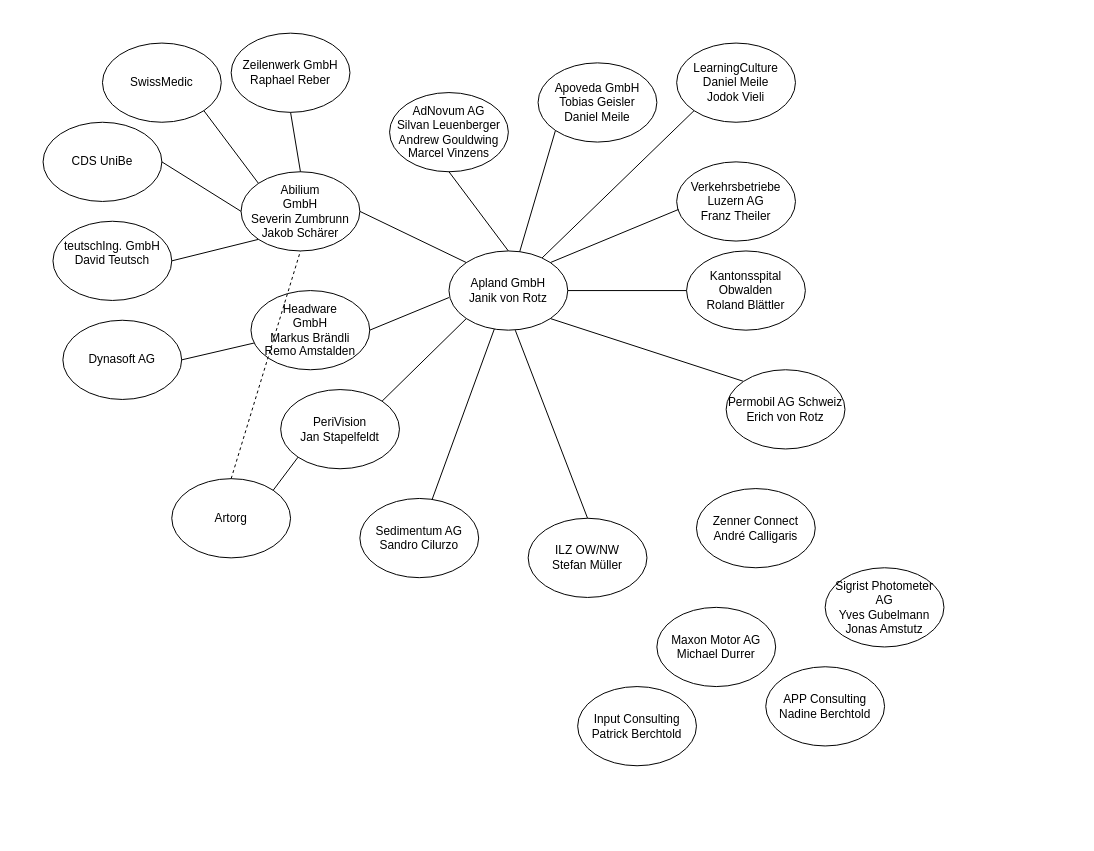
Above: network.drawio in szumbrunn/network (draw.io), before the change. Source tidied: cells renumbered, new cells numbered last; positions are measured from the earlier drawing's top-left corner, leaving out a move shared by most shapes. Both pictures are drawn from the tidied source at 99%, with x=0, y=0 at pixel (43, 33).
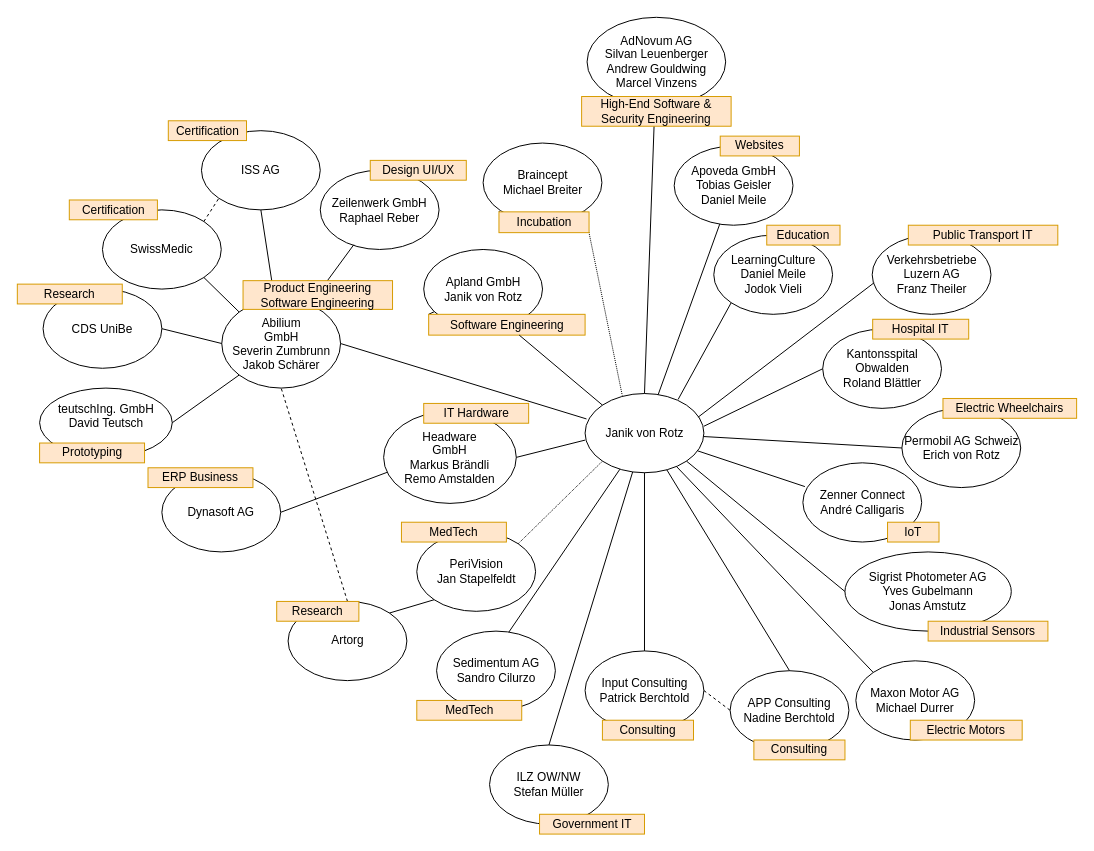
The same diagram, later.

Change to the diagram source:
```diff
@@
+    <mxCell id="44" style="endArrow=none;html=1;exitX=1;exitY=1;exitDx=0;exitDy=0;entryX=0.313;entryY=0.025;entryDx=0;entryDy=0;dashed=1;dashPattern=1 1;entryPerimeter=0;" parent="1" edge="1" source="84" target="2">
+      <mxGeometry relative="1" as="geometry" />
+    </mxCell>
+    <mxCell id="45" style="endArrow=none;html=1;exitX=0;exitY=0;exitDx=0;exitDy=0;" parent="1" edge="1" source="81" target="76">
+      <mxGeometry relative="1" as="geometry" />
+    </mxCell>
+    <mxCell id="43" style="endArrow=none;dashed=1;html=1;exitX=0.5;exitY=0;exitDx=0;exitDy=0;entryX=0.5;entryY=1;entryDx=0;entryDy=0;" parent="1" edge="1" source="28" target="3">
+      <mxGeometry relative="1" as="geometry" />
+    </mxCell>
-    <mxCell id="2" value="&lt;div&gt;Apland GmbH&lt;br&gt;&lt;/div&gt;&lt;div&gt;Janik von Rotz&lt;/div&gt;" style="ellipse;whiteSpace=wrap;html=1;" parent="1" vertex="1">
-      <mxGeometry x="410" y="220" width="120" height="80" as="geometry" />
+    <mxCell id="2" value="&lt;div&gt;Janik von Rotz&lt;/div&gt;" style="ellipse;whiteSpace=wrap;html=1;" parent="1" vertex="1">
+      <mxGeometry x="547.5" y="364" width="120" height="80" as="geometry" />
     </mxCell>
     <mxCell id="3" value="&lt;div&gt;Abilium&lt;/div&gt;&lt;div&gt;GmbH&lt;/div&gt;&lt;div&gt;Severin Zumbrunn&lt;br&gt;Jakob Schärer&lt;br&gt;&lt;/div&gt;" style="ellipse;whiteSpace=wrap;html=1;" parent="1" vertex="1">
-      <mxGeometry x="200" y="140" width="120" height="80" as="geometry" />
+      <mxGeometry x="180.5" y="268.5" width="120" height="90" as="geometry" />
     </mxCell>
-    <mxCell id="4" style="endArrow=none;html=1;entryX=0;entryY=0;entryDx=0;entryDy=0;exitX=1;exitY=0.5;exitDx=0;exitDy=0;" parent="1" edge="1" source="3" target="2">
+    <mxCell id="4" style="endArrow=none;html=1;entryX=0.012;entryY=0.321;entryDx=0;entryDy=0;exitX=1;exitY=0.5;exitDx=0;exitDy=0;entryPerimeter=0;" parent="1" edge="1" source="3" target="2">
       <mxGeometry relative="1" as="geometry" />
     </mxCell>
-    <mxCell id="5" style="edgeStyle=orthogonalEdgeStyle;rounded=0;orthogonalLoop=1;jettySize=auto;html=1;exitX=0.5;exitY=1;exitDx=0;exitDy=0;" parent="1" edge="1" source="3" target="3">
-      <mxGeometry relative="1" as="geometry" />
-    </mxCell>
     <mxCell id="6" value="Headware&lt;br&gt;GmbH&lt;br&gt;Markus Brändli&lt;br&gt;Remo Amstalden" style="ellipse;whiteSpace=wrap;html=1;" parent="1" vertex="1">
-      <mxGeometry x="210" y="260" width="120" height="80" as="geometry" />
+      <mxGeometry x="344" y="382" width="134" height="93" as="geometry" />
     </mxCell>
-    <mxCell id="7" value="Dynasoft AG" style="ellipse;whiteSpace=wrap;html=1;" parent="1" vertex="1">
-      <mxGeometry x="20" y="290" width="120" height="80" as="geometry" />
-    </mxCell>
@@
     <mxCell id="10" value="CDS UniBe" style="ellipse;whiteSpace=wrap;html=1;" parent="1" vertex="1">
-      <mxGeometry y="90" width="120" height="80" as="geometry" />
+      <mxGeometry y="258.5" width="120" height="80" as="geometry" />
     </mxCell>
@@
-    <mxCell id="12" style="endArrow=none;html=1;entryX=1;entryY=1;entryDx=0;entryDy=0;exitX=0;exitY=0;exitDx=0;exitDy=0;" parent="1" edge="1" source="13" target="2">
+    <mxCell id="12" style="endArrow=none;html=1;exitX=0;exitY=0.5;exitDx=0;exitDy=0;" parent="1" edge="1" source="13" target="2">
       <mxGeometry relative="1" as="geometry" />
     </mxCell>
     <mxCell id="13" value="&lt;div&gt;Permobil AG Schweiz&lt;/div&gt;&lt;div&gt;Erich von Rotz&lt;br&gt;&lt;/div&gt;" style="ellipse;whiteSpace=wrap;html=1;" parent="1" vertex="1">
-      <mxGeometry x="690" y="340" width="120" height="80" as="geometry" />
+      <mxGeometry x="867.5" y="379" width="120" height="80" as="geometry" />
     </mxCell>
     <mxCell id="14" value="&lt;div&gt;Verkehrsbetriebe Luzern AG&lt;/div&gt;&lt;div&gt;Franz Theiler&lt;br&gt;&lt;/div&gt;" style="ellipse;whiteSpace=wrap;html=1;" parent="1" vertex="1">
-      <mxGeometry x="640" y="130" width="120" height="80" as="geometry" />
+      <mxGeometry x="837.5" y="204" width="120" height="80" as="geometry" />
     </mxCell>
-    <mxCell id="15" style="endArrow=none;html=1;exitX=1;exitY=0;exitDx=0;exitDy=0;entryX=0.017;entryY=0.6;entryDx=0;entryDy=0;entryPerimeter=0;" parent="1" edge="1" source="2" target="14">
+    <mxCell id="15" style="endArrow=none;html=1;exitX=0.95;exitY=0.3;exitDx=0;exitDy=0;entryX=0.017;entryY=0.6;entryDx=0;entryDy=0;entryPerimeter=0;exitPerimeter=0;" parent="1" edge="1" source="2" target="14">
       <mxGeometry relative="1" as="geometry" />
     </mxCell>
-    <mxCell id="16" value="&lt;div&gt;AdNovum AG&lt;/div&gt;&lt;div&gt;Silvan Leuenberger&lt;/div&gt;&lt;div&gt;Andrew Gouldwing&lt;/div&gt;&lt;div&gt;Marcel Vinzens&lt;br&gt;&lt;/div&gt;" style="ellipse;whiteSpace=wrap;html=1;" parent="1" vertex="1">
-      <mxGeometry x="350" y="60" width="120" height="80" as="geometry" />
-    </mxCell>
-    <mxCell id="17" style="endArrow=none;html=1;entryX=0.5;entryY=1;entryDx=0;entryDy=0;exitX=0.5;exitY=0;exitDx=0;exitDy=0;" parent="1" edge="1" source="2" target="16">
+    <mxCell id="17" style="endArrow=none;html=1;exitX=0.5;exitY=0;exitDx=0;exitDy=0;" parent="1" edge="1" source="2" target="16">
       <mxGeometry relative="1" as="geometry" />
     </mxCell>
     <mxCell id="18" value="&lt;div&gt;Kantonsspital Obwalden&lt;/div&gt;&lt;div&gt;Roland Blättler&lt;br&gt;&lt;/div&gt;" style="ellipse;whiteSpace=wrap;html=1;" parent="1" vertex="1">
-      <mxGeometry x="650" y="220" width="120" height="80" as="geometry" />
+      <mxGeometry x="787.5" y="299" width="120" height="80" as="geometry" />
     </mxCell>
-    <mxCell id="19" style="endArrow=none;html=1;exitX=1;exitY=0.5;exitDx=0;exitDy=0;entryX=0;entryY=0.5;entryDx=0;entryDy=0;" parent="1" edge="1" source="2" target="18">
+    <mxCell id="19" style="endArrow=none;html=1;exitX=1;exitY=0.413;exitDx=0;exitDy=0;entryX=0;entryY=0.5;entryDx=0;entryDy=0;exitPerimeter=0;" parent="1" edge="1" source="2" target="18">
       <mxGeometry relative="1" as="geometry" />
     </mxCell>
     <mxCell id="20" value="&lt;div&gt;ILZ OW/NW&lt;/div&gt;&lt;div&gt;Stefan Müller&lt;br&gt;&lt;/div&gt;" style="ellipse;whiteSpace=wrap;html=1;" parent="1" vertex="1">
-      <mxGeometry x="490" y="490" width="120" height="80" as="geometry" />
+      <mxGeometry x="451" y="719" width="120" height="80" as="geometry" />
     </mxCell>
-    <mxCell id="21" style="endArrow=none;html=1;entryX=0.558;entryY=1;entryDx=0;entryDy=0;entryPerimeter=0;exitX=0.5;exitY=0;exitDx=0;exitDy=0;" parent="1" edge="1" source="20" target="2">
+    <mxCell id="21" style="endArrow=none;html=1;exitX=0.5;exitY=0;exitDx=0;exitDy=0;" parent="1" edge="1" source="20" target="2">
       <mxGeometry relative="1" as="geometry" />
     </mxCell>
     <mxCell id="22" value="&lt;div&gt;Apoveda GmbH&lt;/div&gt;&lt;div&gt;Tobias Geisler&lt;/div&gt;&lt;div&gt;Daniel Meile&lt;br&gt;&lt;/div&gt;" style="ellipse;whiteSpace=wrap;html=1;" parent="1" vertex="1">
-      <mxGeometry x="500" y="30" width="120" height="80" as="geometry" />
+      <mxGeometry x="637.5" y="114" width="120" height="80" as="geometry" />
     </mxCell>
-    <mxCell id="23" style="endArrow=none;html=1;entryX=0;entryY=1;entryDx=0;entryDy=0;" parent="1" edge="1" source="2" target="22">
+    <mxCell id="23" style="endArrow=none;html=1;" parent="1" edge="1" source="2" target="22">
       <mxGeometry relative="1" as="geometry" />
     </mxCell>
     <mxCell id="24" value="&lt;div&gt;Sedimentum AG&lt;/div&gt;&lt;div&gt;Sandro Cilurzo&lt;br&gt;&lt;/div&gt;" style="ellipse;whiteSpace=wrap;html=1;" parent="1" vertex="1">
-      <mxGeometry x="320" y="470" width="120" height="80" as="geometry" />
+      <mxGeometry x="397.5" y="604" width="120" height="80" as="geometry" />
     </mxCell>
@@
     <mxCell id="26" value="&lt;div&gt;PeriVision&lt;/div&gt;&lt;div&gt;Jan Stapelfeldt&lt;br&gt;&lt;/div&gt;" style="ellipse;whiteSpace=wrap;html=1;" parent="1" vertex="1">
-      <mxGeometry x="240" y="360" width="120" height="80" as="geometry" />
+      <mxGeometry x="377.5" y="504" width="120" height="80" as="geometry" />
     </mxCell>
-    <mxCell id="27" style="endArrow=none;html=1;exitX=1;exitY=0;exitDx=0;exitDy=0;entryX=0;entryY=1;entryDx=0;entryDy=0;" parent="1" edge="1" source="26" target="2">
+    <mxCell id="27" style="endArrow=none;html=1;exitX=1;exitY=0;exitDx=0;exitDy=0;entryX=0;entryY=1;entryDx=0;entryDy=0;dashed=1;dashPattern=1 1;" parent="1" edge="1" source="26" target="2">
       <mxGeometry relative="1" as="geometry" />
     </mxCell>
     <mxCell id="28" value="Artorg" style="ellipse;whiteSpace=wrap;html=1;" parent="1" vertex="1">
-      <mxGeometry x="130" y="450" width="120" height="80" as="geometry" />
+      <mxGeometry x="247.5" y="574" width="120" height="80" as="geometry" />
     </mxCell>
@@
     <mxCell id="30" value="SwissMedic" style="ellipse;whiteSpace=wrap;html=1;" parent="1" vertex="1">
-      <mxGeometry x="60" y="10" width="120" height="80" as="geometry" />
+      <mxGeometry x="60" y="178.5" width="120" height="80" as="geometry" />
     </mxCell>
@@
     <mxCell id="32" value="&lt;div&gt;Zeilenwerk GmbH&lt;/div&gt;&lt;div&gt;Raphael Reber&lt;br&gt;&lt;/div&gt;" style="ellipse;whiteSpace=wrap;html=1;" parent="1" vertex="1">
-      <mxGeometry x="190" width="120" height="80" as="geometry" />
+      <mxGeometry x="280" y="138.5" width="120" height="80" as="geometry" />
     </mxCell>
-    <mxCell id="33" style="endArrow=none;html=1;entryX=0.5;entryY=1;entryDx=0;entryDy=0;exitX=0.5;exitY=0;exitDx=0;exitDy=0;" parent="1" edge="1" source="3" target="32">
+    <mxCell id="33" style="endArrow=none;html=1;entryX=0.282;entryY=0.94;entryDx=0;entryDy=0;entryPerimeter=0;" parent="1" edge="1" source="3" target="32">
       <mxGeometry relative="1" as="geometry" />
     </mxCell>
     <mxCell id="34" value="&lt;div&gt;teutschIng. GmbH&lt;/div&gt;&lt;div&gt;David Teutsch&lt;br&gt;&lt;br/&gt;    &lt;/div&gt;" style="ellipse;whiteSpace=wrap;html=1;" parent="1" vertex="1">
-      <mxGeometry x="10" y="190" width="120" height="80" as="geometry" />
+      <mxGeometry x="-3.5" y="358.5" width="134" height="70" as="geometry" />
     </mxCell>
@@
     <mxCell id="36" value="Zenner Connect&lt;br&gt;André Calligaris" style="ellipse;whiteSpace=wrap;html=1;" parent="1" vertex="1">
-      <mxGeometry x="660" y="460" width="120" height="80" as="geometry" />
+      <mxGeometry x="767.5" y="434" width="120" height="80" as="geometry" />
     </mxCell>
     <mxCell id="37" value="&lt;div&gt;LearningCulture&lt;br&gt;&lt;/div&gt;&lt;div&gt;Daniel Meile&lt;/div&gt;&lt;div&gt;Jodok Vieli&lt;br&gt;&lt;/div&gt;" style="ellipse;whiteSpace=wrap;html=1;" parent="1" vertex="1">
-      <mxGeometry x="640" y="10" width="120" height="80" as="geometry" />
+      <mxGeometry x="677.5" y="204" width="120" height="80" as="geometry" />
     </mxCell>
-    <mxCell id="38" style="endArrow=none;html=1;entryX=0;entryY=1;entryDx=0;entryDy=0;" parent="1" edge="1" source="2" target="37">
+    <mxCell id="38" style="endArrow=none;html=1;entryX=0;entryY=1;entryDx=0;entryDy=0;exitX=0.783;exitY=0.075;exitDx=0;exitDy=0;exitPerimeter=0;" parent="1" edge="1" source="2" target="37">
       <mxGeometry relative="1" as="geometry" />
     </mxCell>
     <mxCell id="39" value="&lt;div&gt;Maxon Motor AG&lt;/div&gt;&lt;div&gt;Michael Durrer&lt;br&gt;&lt;/div&gt;" style="ellipse;whiteSpace=wrap;html=1;" parent="1" vertex="1">
-      <mxGeometry x="620" y="580" width="120" height="80" as="geometry" />
+      <mxGeometry x="821" y="634" width="120" height="80" as="geometry" />
     </mxCell>
     <mxCell id="40" value="&lt;div&gt;Sigrist Photometer AG&lt;/div&gt;&lt;div&gt;Yves Gubelmann&lt;/div&gt;&lt;div&gt;Jonas Amstutz&lt;br&gt;&lt;/div&gt;" style="ellipse;whiteSpace=wrap;html=1;" parent="1" vertex="1">
-      <mxGeometry x="790" y="540" width="120" height="80" as="geometry" />
+      <mxGeometry x="810" y="524" width="168" height="80" as="geometry" />
     </mxCell>
     <mxCell id="41" value="&lt;div&gt;APP Consulting&lt;br&gt;&lt;/div&gt;&lt;div&gt;Nadine Berchtold&lt;br&gt;&lt;/div&gt;" style="ellipse;whiteSpace=wrap;html=1;" parent="1" vertex="1">
-      <mxGeometry x="730" y="640" width="120" height="80" as="geometry" />
+      <mxGeometry x="694" y="644" width="120" height="80" as="geometry" />
     </mxCell>
     <mxCell id="42" value="&lt;div&gt;Input Consulting&lt;/div&gt;&lt;div&gt;Patrick Berchtold&lt;br&gt;&lt;/div&gt;" style="ellipse;whiteSpace=wrap;html=1;" parent="1" vertex="1">
-      <mxGeometry x="540" y="660" width="120" height="80" as="geometry" />
+      <mxGeometry x="547.5" y="624" width="120" height="80" as="geometry" />
     </mxCell>
-    <mxCell id="43" style="endArrow=none;dashed=1;html=1;exitX=0.5;exitY=0;exitDx=0;exitDy=0;entryX=0.5;entryY=1;entryDx=0;entryDy=0;" parent="1" edge="1" source="28" target="3">
-      <mxGeometry relative="1" as="geometry" />
-    </mxCell>
+    <mxCell id="46" value="ISS AG" style="ellipse;whiteSpace=wrap;html=1;" parent="1" vertex="1">
+      <mxGeometry x="160" y="98.5" width="120" height="80" as="geometry" />
+    </mxCell>
+    <mxCell id="47" style="endArrow=none;html=1;entryX=0.5;entryY=1;entryDx=0;entryDy=0;" parent="1" edge="1" source="3" target="46">
+      <mxGeometry relative="1" as="geometry" />
+    </mxCell>
+    <mxCell id="48" style="endArrow=none;dashed=1;html=1;exitX=1;exitY=0;exitDx=0;exitDy=0;entryX=0;entryY=1;entryDx=0;entryDy=0;" parent="1" edge="1" source="30" target="46">
+      <mxGeometry relative="1" as="geometry" />
+    </mxCell>
+    <mxCell id="49" style="endArrow=none;html=1;entryX=0.017;entryY=0.3;entryDx=0;entryDy=0;entryPerimeter=0;" parent="1" edge="1" source="2" target="36">
+      <mxGeometry relative="1" as="geometry" />
+    </mxCell>
+    <mxCell id="50" style="endArrow=none;html=1;entryX=0;entryY=0.5;entryDx=0;entryDy=0;exitX=1;exitY=1;exitDx=0;exitDy=0;" parent="1" edge="1" source="2" target="40">
+      <mxGeometry relative="1" as="geometry" />
+    </mxCell>
+    <mxCell id="51" style="endArrow=none;dashed=1;html=1;exitX=1;exitY=0.5;exitDx=0;exitDy=0;entryX=0;entryY=0.5;entryDx=0;entryDy=0;" parent="1" edge="1" source="42" target="41">
+      <mxGeometry relative="1" as="geometry" />
+    </mxCell>
+    <mxCell id="52" style="endArrow=none;html=1;entryX=0.5;entryY=1;entryDx=0;entryDy=0;exitX=0.5;exitY=0;exitDx=0;exitDy=0;" parent="1" edge="1" source="42" target="2">
+      <mxGeometry relative="1" as="geometry" />
+    </mxCell>
+    <mxCell id="53" style="endArrow=none;html=1;exitX=0.5;exitY=0;exitDx=0;exitDy=0;" parent="1" edge="1" source="41" target="2">
+      <mxGeometry relative="1" as="geometry" />
+    </mxCell>
+    <mxCell id="54" style="endArrow=none;html=1;exitX=0;exitY=0;exitDx=0;exitDy=0;" parent="1" edge="1" source="39" target="2">
+      <mxGeometry relative="1" as="geometry" />
+    </mxCell>
+    <mxCell id="55" value="Certification" style="text;html=1;strokeColor=#d79b00;fillColor=#ffe6cc;align=center;verticalAlign=middle;whiteSpace=wrap;rounded=0;" parent="1" vertex="1">
+      <mxGeometry x="126.5" y="88.5" width="79" height="20" as="geometry" />
+    </mxCell>
+    <mxCell id="56" value="Certification" style="text;html=1;strokeColor=#d79b00;fillColor=#ffe6cc;align=center;verticalAlign=middle;whiteSpace=wrap;rounded=0;" parent="1" vertex="1">
+      <mxGeometry x="26.5" y="168.5" width="89" height="20" as="geometry" />
+    </mxCell>
+    <mxCell id="57" value="Design UI/UX" style="text;html=1;strokeColor=#d79b00;fillColor=#ffe6cc;align=center;verticalAlign=middle;whiteSpace=wrap;rounded=0;" parent="1" vertex="1">
+      <mxGeometry x="330.5" y="128.5" width="97" height="20" as="geometry" />
+    </mxCell>
+    <mxCell id="58" value="Education" style="text;html=1;strokeColor=#d79b00;fillColor=#ffe6cc;align=center;verticalAlign=middle;whiteSpace=wrap;rounded=0;" parent="1" vertex="1">
+      <mxGeometry x="731" y="194" width="74" height="20" as="geometry" />
+    </mxCell>
+    <mxCell id="59" value="Websites" style="text;html=1;strokeColor=#d79b00;fillColor=#ffe6cc;align=center;verticalAlign=middle;whiteSpace=wrap;rounded=0;" parent="1" vertex="1">
+      <mxGeometry x="684" y="104" width="80" height="20" as="geometry" />
+    </mxCell>
+    <mxCell id="60" value="Public Transport IT" style="text;html=1;strokeColor=#d79b00;fillColor=#ffe6cc;align=center;verticalAlign=middle;whiteSpace=wrap;rounded=0;" parent="1" vertex="1">
+      <mxGeometry x="874" y="194" width="151" height="20" as="geometry" />
+    </mxCell>
+    <mxCell id="61" value="Hospital IT" style="text;html=1;strokeColor=#d79b00;fillColor=#ffe6cc;align=center;verticalAlign=middle;whiteSpace=wrap;rounded=0;" parent="1" vertex="1">
+      <mxGeometry x="838" y="289" width="97" height="20" as="geometry" />
+    </mxCell>
+    <mxCell id="62" value="Electric Wheelchairs" style="text;html=1;strokeColor=#d79b00;fillColor=#ffe6cc;align=center;verticalAlign=middle;whiteSpace=wrap;rounded=0;" parent="1" vertex="1">
+      <mxGeometry x="909" y="369" width="135" height="20" as="geometry" />
+    </mxCell>
+    <mxCell id="63" value="IoT" style="text;html=1;strokeColor=#d79b00;fillColor=#ffe6cc;align=center;verticalAlign=middle;whiteSpace=wrap;rounded=0;" parent="1" vertex="1">
+      <mxGeometry x="853" y="494" width="52" height="20" as="geometry" />
+    </mxCell>
+    <mxCell id="64" value="Industrial Sensors" style="text;html=1;strokeColor=#d79b00;fillColor=#ffe6cc;align=center;verticalAlign=middle;whiteSpace=wrap;rounded=0;" parent="1" vertex="1">
+      <mxGeometry x="894" y="594" width="121" height="20" as="geometry" />
+    </mxCell>
+    <mxCell id="65" value="Electric Motors" style="text;html=1;strokeColor=#d79b00;fillColor=#ffe6cc;align=center;verticalAlign=middle;whiteSpace=wrap;rounded=0;" parent="1" vertex="1">
+      <mxGeometry x="876" y="694" width="113" height="20" as="geometry" />
+    </mxCell>
+    <mxCell id="66" value="Consulting" style="text;html=1;strokeColor=#d79b00;fillColor=#ffe6cc;align=center;verticalAlign=middle;whiteSpace=wrap;rounded=0;" parent="1" vertex="1">
+      <mxGeometry x="718" y="714" width="92" height="20" as="geometry" />
+    </mxCell>
+    <mxCell id="67" value="Consulting" style="text;html=1;strokeColor=#d79b00;fillColor=#ffe6cc;align=center;verticalAlign=middle;whiteSpace=wrap;rounded=0;" parent="1" vertex="1">
+      <mxGeometry x="565" y="694" width="92" height="20" as="geometry" />
+    </mxCell>
+    <mxCell id="68" value="Government IT" style="text;html=1;strokeColor=#d79b00;fillColor=#ffe6cc;align=center;verticalAlign=middle;whiteSpace=wrap;rounded=0;" parent="1" vertex="1">
+      <mxGeometry x="501.5" y="789" width="106" height="20" as="geometry" />
+    </mxCell>
+    <mxCell id="69" value="MedTech" style="text;html=1;strokeColor=#d79b00;fillColor=#ffe6cc;align=center;verticalAlign=middle;whiteSpace=wrap;rounded=0;" parent="1" vertex="1">
+      <mxGeometry x="377.5" y="674" width="106" height="20" as="geometry" />
+    </mxCell>
+    <mxCell id="70" value="MedTech" style="text;html=1;strokeColor=#d79b00;fillColor=#ffe6cc;align=center;verticalAlign=middle;whiteSpace=wrap;rounded=0;" parent="1" vertex="1">
+      <mxGeometry x="362" y="494" width="106" height="20" as="geometry" />
+    </mxCell>
+    <mxCell id="71" value="IT Hardware" style="text;html=1;strokeColor=#d79b00;fillColor=#ffe6cc;align=center;verticalAlign=middle;whiteSpace=wrap;rounded=0;" parent="1" vertex="1">
+      <mxGeometry x="384.5" y="374" width="106" height="20" as="geometry" />
+    </mxCell>
+    <mxCell id="72" value="Prototyping" style="text;html=1;strokeColor=#d79b00;fillColor=#ffe6cc;align=center;verticalAlign=middle;whiteSpace=wrap;rounded=0;" parent="1" vertex="1">
+      <mxGeometry x="-3.5" y="414" width="106" height="20" as="geometry" />
+    </mxCell>
+    <mxCell id="73" value="Research" style="text;html=1;strokeColor=#d79b00;fillColor=#ffe6cc;align=center;verticalAlign=middle;whiteSpace=wrap;rounded=0;" parent="1" vertex="1">
+      <mxGeometry x="-26" y="253.5" width="106" height="20" as="geometry" />
+    </mxCell>
+    <mxCell id="74" value="Product Engineering&lt;br&gt;Software Engineering" style="text;html=1;strokeColor=#d79b00;fillColor=#ffe6cc;align=center;verticalAlign=middle;whiteSpace=wrap;rounded=0;" parent="1" vertex="1">
+      <mxGeometry x="202" y="250" width="151" height="29" as="geometry" />
+    </mxCell>
+    <mxCell id="75" value="Research" style="text;html=1;strokeColor=#d79b00;fillColor=#ffe6cc;align=center;verticalAlign=middle;whiteSpace=wrap;rounded=0;" parent="1" vertex="1">
+      <mxGeometry x="236" y="574" width="83" height="20" as="geometry" />
+    </mxCell>
+    <mxCell id="76" value="Apland GmbH&lt;br&gt;Janik von Rotz" style="ellipse;whiteSpace=wrap;html=1;" parent="1" vertex="1">
+      <mxGeometry x="384.5" y="218.5" width="120" height="80" as="geometry" />
+    </mxCell>
+    <mxCell id="77" style="group;" parent="1" vertex="1">
+      <mxGeometry x="106" y="439" width="134" height="85" as="geometry" />
+    </mxCell>
+    <mxCell id="7" value="Dynasoft AG" style="ellipse;whiteSpace=wrap;html=1;" parent="77" vertex="1">
+      <mxGeometry x="14" y="5" width="120" height="80" as="geometry" />
+    </mxCell>
+    <mxCell id="78" value="ERP Business" style="text;html=1;strokeColor=#d79b00;fillColor=#ffe6cc;align=center;verticalAlign=middle;whiteSpace=wrap;rounded=0;" parent="77" vertex="1">
+      <mxGeometry width="106" height="20" as="geometry" />
+    </mxCell>
+    <mxCell id="79" style="group;" parent="1" vertex="1">
+      <mxGeometry x="544" y="-16" width="151" height="110" as="geometry" />
+    </mxCell>
+    <mxCell id="16" value="&lt;div&gt;AdNovum AG&lt;/div&gt;&lt;div&gt;Silvan Leuenberger&lt;/div&gt;&lt;div&gt;Andrew Gouldwing&lt;/div&gt;&lt;div&gt;Marcel Vinzens&lt;br&gt;&lt;/div&gt;" style="ellipse;whiteSpace=wrap;html=1;" parent="79" vertex="1">
+      <mxGeometry x="5.5" width="140" height="90" as="geometry" />
+    </mxCell>
+    <mxCell id="80" value="High-End Software &amp;amp; Security Engineering" style="text;html=1;strokeColor=#d79b00;fillColor=#ffe6cc;align=center;verticalAlign=middle;whiteSpace=wrap;rounded=0;" parent="79" vertex="1">
+      <mxGeometry y="80" width="151" height="30" as="geometry" />
+    </mxCell>
+    <mxCell id="81" value="Software Engineering" style="text;html=1;strokeColor=#d79b00;fillColor=#ffe6cc;align=center;verticalAlign=middle;whiteSpace=wrap;rounded=0;" parent="1" vertex="1">
+      <mxGeometry x="389.5" y="284" width="158" height="21" as="geometry" />
+    </mxCell>
+    <mxCell id="82" style="endArrow=none;html=1;exitX=0;exitY=0;exitDx=0;exitDy=0;" parent="1" edge="1" source="2" target="81">
+      <mxGeometry relative="1" as="geometry" />
+    </mxCell>
+    <mxCell id="83" style="endArrow=none;html=1;exitX=0;exitY=0;exitDx=0;exitDy=0;" parent="1" edge="1" source="85" target="84">
+      <mxGeometry relative="1" as="geometry" />
+    </mxCell>
+    <mxCell id="84" value="Braincept&lt;br&gt;Michael Breiter" style="ellipse;whiteSpace=wrap;html=1;" parent="1" vertex="1">
+      <mxGeometry x="444.5" y="111" width="120" height="80" as="geometry" />
+    </mxCell>
+    <mxCell id="85" value="Incubation" style="text;html=1;strokeColor=#d79b00;fillColor=#ffe6cc;align=center;verticalAlign=middle;whiteSpace=wrap;rounded=0;" parent="1" vertex="1">
+      <mxGeometry x="460.5" y="180.5" width="91" height="21" as="geometry" />
+    </mxCell>
```
